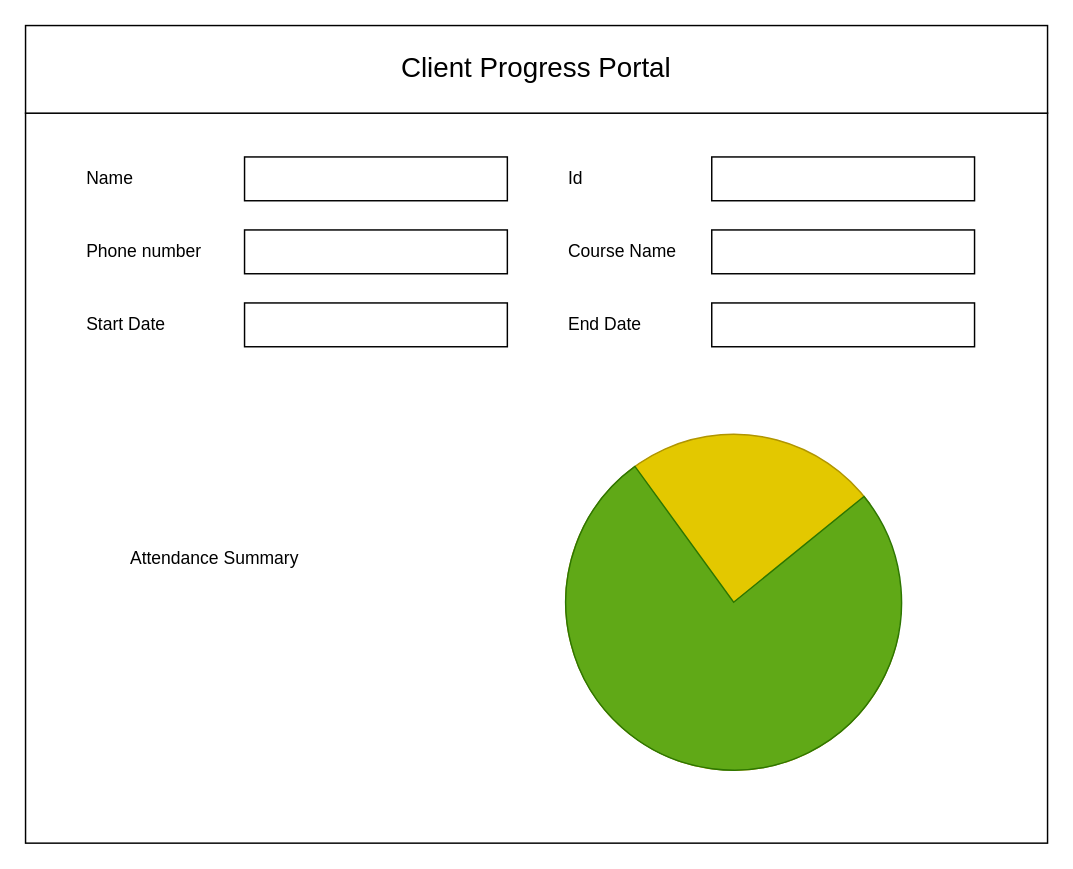
Earlier version of the draw.io diagram Client Progress.drawio (codepks/YogaAttendanceApp). Source tidied: cells renumbered, new cells numbered last; positions are measured from the earlier drawing's top-left corner, leaving out a move shared by most shapes. Both pictures are drawn from the tidied source at 146%, with x=0, y=0 at pixel (25, 25).
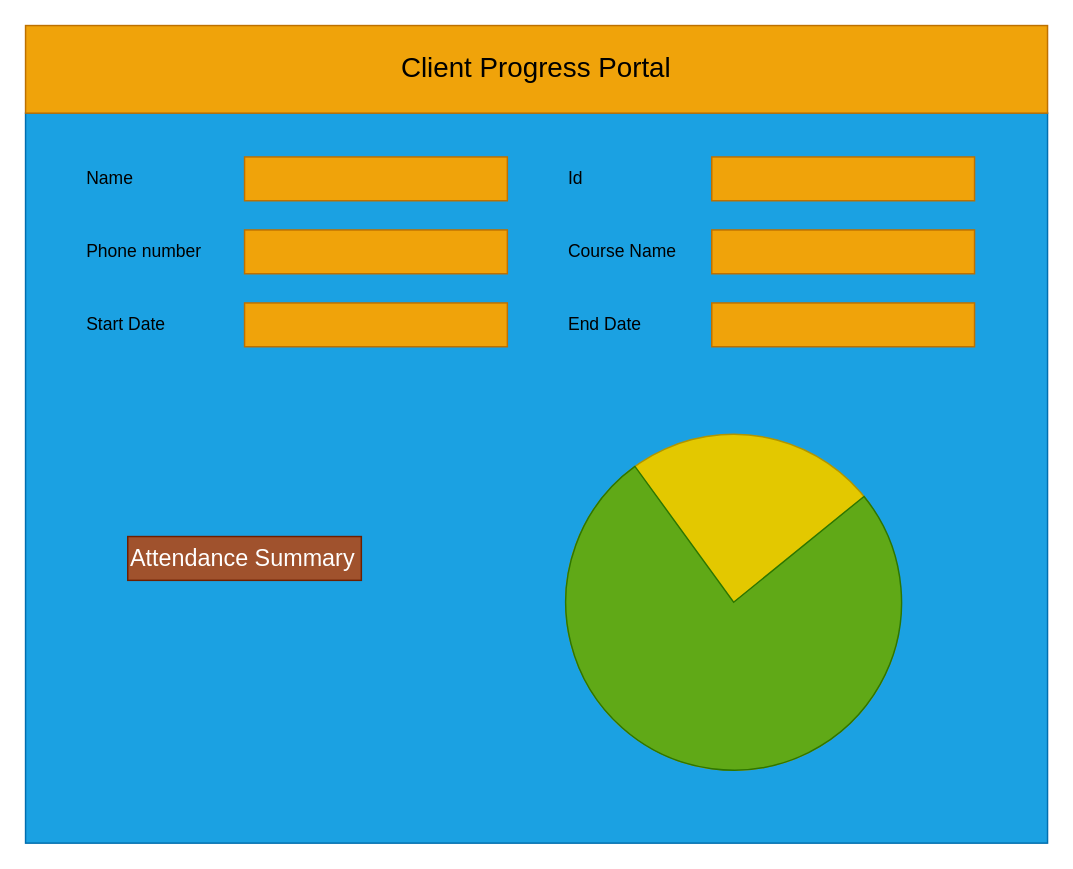
The same diagram, later.

The edit, as a diff of the source:
```diff
@@
 <mxGraphModel>
   <root>
     <mxCell id="0" />
     <mxCell id="1" parent="0" />
-    <mxCell id="2" style="rounded=0;whiteSpace=wrap;html=1;" parent="1" vertex="1">
+    <mxCell id="2" style="rounded=0;whiteSpace=wrap;html=1;fillColor=#1ba1e2;fontColor=#ffffff;strokeColor=#006EAF;" parent="1" vertex="1">
       <mxGeometry y="60" width="700" height="500" as="geometry" />
     </mxCell>
-    <mxCell id="3" value="&lt;font style=&quot;font-size: 19px;&quot;&gt;Client Progress Portal&lt;/font&gt;" style="rounded=0;whiteSpace=wrap;html=1;" parent="1" vertex="1">
+    <mxCell id="3" value="&lt;font style=&quot;font-size: 19px;&quot;&gt;Client Progress Portal&lt;/font&gt;" style="rounded=0;whiteSpace=wrap;html=1;fillColor=#f0a30a;fontColor=#000000;strokeColor=#BD7000;" parent="1" vertex="1">
       <mxGeometry width="700" height="60" as="geometry" />
     </mxCell>
     <mxCell id="4" value="Name" style="text;html=1;align=left;verticalAlign=middle;whiteSpace=wrap;rounded=0;" parent="1" vertex="1">
       <mxGeometry x="40" y="90" width="60" height="30" as="geometry" />
     </mxCell>
-    <mxCell id="5" style="rounded=0;whiteSpace=wrap;html=1;" parent="1" vertex="1">
+    <mxCell id="5" style="rounded=0;whiteSpace=wrap;html=1;fillColor=#f0a30a;fontColor=#000000;strokeColor=#BD7000;" parent="1" vertex="1">
       <mxGeometry x="150" y="90" width="180" height="30" as="geometry" />
     </mxCell>
     <mxCell id="6" value="Id" style="text;html=1;align=left;verticalAlign=middle;whiteSpace=wrap;rounded=0;" parent="1" vertex="1">
       <mxGeometry x="370" y="90" width="60" height="30" as="geometry" />
     </mxCell>
-    <mxCell id="7" style="rounded=0;whiteSpace=wrap;html=1;" parent="1" vertex="1">
+    <mxCell id="7" style="rounded=0;whiteSpace=wrap;html=1;fillColor=#f0a30a;fontColor=#000000;strokeColor=#BD7000;" parent="1" vertex="1">
       <mxGeometry x="470" y="90" width="180" height="30" as="geometry" />
     </mxCell>
     <mxCell id="8" value="Phone number" style="text;html=1;align=left;verticalAlign=middle;whiteSpace=wrap;rounded=0;" parent="1" vertex="1">
       <mxGeometry x="40" y="140" width="90" height="30" as="geometry" />
     </mxCell>
-    <mxCell id="9" style="rounded=0;whiteSpace=wrap;html=1;" parent="1" vertex="1">
+    <mxCell id="9" style="rounded=0;whiteSpace=wrap;html=1;fillColor=#f0a30a;fontColor=#000000;strokeColor=#BD7000;" parent="1" vertex="1">
       <mxGeometry x="150" y="140" width="180" height="30" as="geometry" />
     </mxCell>
     <mxCell id="10" value="Course Name" style="text;html=1;align=left;verticalAlign=middle;whiteSpace=wrap;rounded=0;" parent="1" vertex="1">
       <mxGeometry x="370" y="140" width="80" height="30" as="geometry" />
     </mxCell>
-    <mxCell id="11" style="rounded=0;whiteSpace=wrap;html=1;" parent="1" vertex="1">
+    <mxCell id="11" style="rounded=0;whiteSpace=wrap;html=1;fillColor=#f0a30a;fontColor=#000000;strokeColor=#BD7000;" parent="1" vertex="1">
       <mxGeometry x="470" y="140" width="180" height="30" as="geometry" />
     </mxCell>
     <mxCell id="12" value="Start Date" style="text;html=1;align=left;verticalAlign=middle;whiteSpace=wrap;rounded=0;" parent="1" vertex="1">
       <mxGeometry x="40" y="190" width="90" height="30" as="geometry" />
     </mxCell>
-    <mxCell id="13" style="rounded=0;whiteSpace=wrap;html=1;" parent="1" vertex="1">
+    <mxCell id="13" style="rounded=0;whiteSpace=wrap;html=1;fillColor=#f0a30a;fontColor=#000000;strokeColor=#BD7000;" parent="1" vertex="1">
       <mxGeometry x="150" y="190" width="180" height="30" as="geometry" />
     </mxCell>
     <mxCell id="14" value="End Date" style="text;html=1;align=left;verticalAlign=middle;whiteSpace=wrap;rounded=0;" parent="1" vertex="1">
       <mxGeometry x="370" y="190" width="60" height="30" as="geometry" />
     </mxCell>
-    <mxCell id="15" style="rounded=0;whiteSpace=wrap;html=1;" parent="1" vertex="1">
+    <mxCell id="15" style="rounded=0;whiteSpace=wrap;html=1;fillColor=#f0a30a;fontColor=#000000;strokeColor=#BD7000;" parent="1" vertex="1">
       <mxGeometry x="470" y="190" width="180" height="30" as="geometry" />
     </mxCell>
     <mxCell id="16" style="verticalLabelPosition=bottom;verticalAlign=top;html=1;shape=mxgraph.basic.pie;startAngle=0.0314164790945006;endAngle=0.9;rotation=90;fillColor=#e3c800;fontColor=#000000;strokeColor=#B09500;" parent="1" vertex="1">
       <mxGeometry x="370" y="280" width="230" height="230" as="geometry" />
     </mxCell>
     <mxCell id="17" style="verticalLabelPosition=bottom;verticalAlign=top;html=1;shape=mxgraph.basic.pie;startAngle=0.1414764636803327;endAngle=0.9;fillColor=#60a917;fontColor=#ffffff;strokeColor=#2D7600;" parent="1" vertex="1">
       <mxGeometry x="370" y="280" width="230" height="230" as="geometry" />
     </mxCell>
-    <mxCell id="18" value="Attendance Summary" style="text;html=1;align=left;verticalAlign=middle;whiteSpace=wrap;rounded=0;" parent="1" vertex="1">
-      <mxGeometry x="70" y="350" width="130" height="30" as="geometry" />
+    <mxCell id="18" value="&lt;font style=&quot;font-size: 16px;&quot;&gt;Attendance Summary&lt;/font&gt;" style="text;html=1;align=left;verticalAlign=middle;whiteSpace=wrap;rounded=0;fillColor=#a0522d;fontColor=#ffffff;strokeColor=#6D1F00;" parent="1" vertex="1">
+      <mxGeometry x="70" y="350" width="160" height="30" as="geometry" />
     </mxCell>
   </root>
 </mxGraphModel>
```
